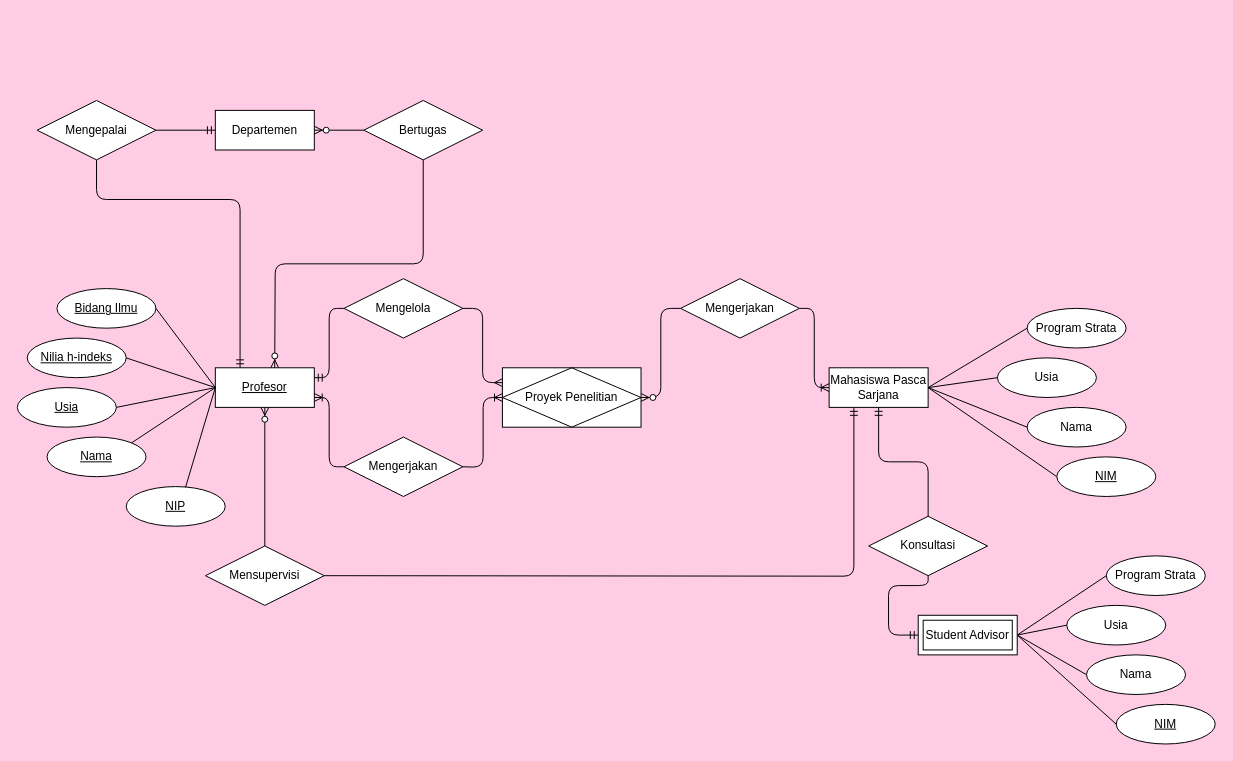
Above: diagram ERD.drawio in oktvindh/Tugas (draw.io), before the change. Source tidied: cells renumbered, new cells numbered last; positions are measured from the earlier drawing's top-left corner, leaving out a move shared by most shapes. Both pictures are drawn from the tidied source at 99%, with x=0, y=0 at pixel (17, 100).
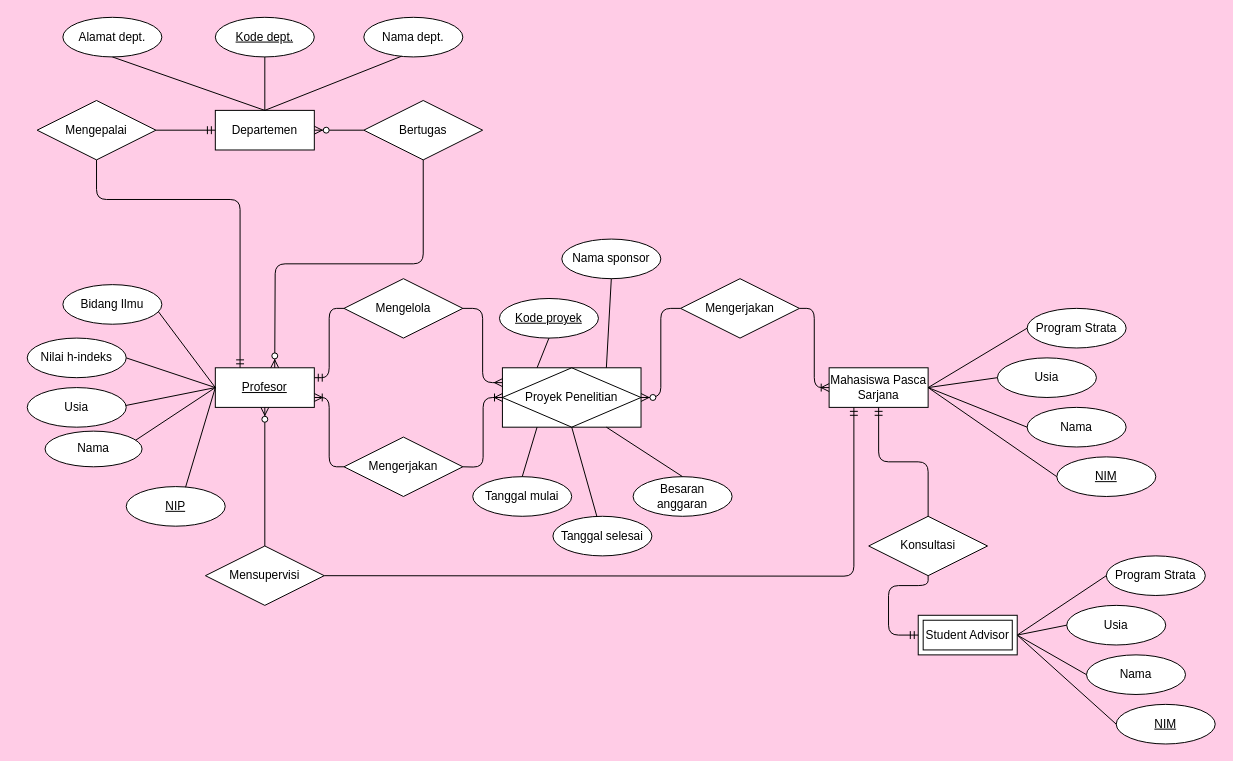
Above is the later version.

Unchanged cells that the change refers to:
```xml
<mxCell id="11" value="Proyek Penelitian" style="shape=associativeEntity;whiteSpace=wrap;html=1;align=center;" parent="1" vertex="1">
  <mxGeometry x="490" y="270" width="140" height="60" as="geometry" />
</mxCell>
<mxCell id="12" value="Departemen" style="whiteSpace=wrap;html=1;align=center;" parent="1" vertex="1">
  <mxGeometry x="200" y="10" width="100" height="40" as="geometry" />
</mxCell>
<mxCell id="23" value="Profesor" style="whiteSpace=wrap;html=1;align=center;fontStyle=4;" parent="22" vertex="1">
  <mxGeometry x="200" y="80" width="100" height="40" as="geometry" />
</mxCell>
```

What changed in the source:
```diff
@@
-    <mxCell id="22" style="group;fontStyle=4;" parent="1" vertex="1">
+    <mxCell id="22" style="group;fontStyle=0;" parent="1" vertex="1">
       <mxGeometry y="190" width="300" height="240" as="geometry" />
     </mxCell>
@@
-    <mxCell id="24" value="Nama" style="ellipse;whiteSpace=wrap;html=1;align=center;fontStyle=4;" parent="22" vertex="1">
-      <mxGeometry x="30" y="150" width="100" height="40" as="geometry" />
-    </mxCell>
-    <mxCell id="25" value="Usia" style="ellipse;whiteSpace=wrap;html=1;align=center;fontStyle=4;" parent="22" vertex="1">
-      <mxGeometry y="100" width="100" height="40" as="geometry" />
-    </mxCell>
-    <mxCell id="26" value="Nilia h-indeks" style="ellipse;whiteSpace=wrap;html=1;align=center;fontStyle=4;" parent="22" vertex="1">
-      <mxGeometry x="10" y="50" width="100" height="40" as="geometry" />
-    </mxCell>
-    <mxCell id="27" value="Bidang Ilmu" style="ellipse;whiteSpace=wrap;html=1;align=center;fontStyle=4;" parent="22" vertex="1">
-      <mxGeometry x="40" width="100" height="40" as="geometry" />
-    </mxCell>
@@
-    <mxCell id="30" style="endArrow=none;html=1;exitX=1;exitY=0;exitDx=0;exitDy=0;fontStyle=4;" parent="22" edge="1" source="24">
+    <mxCell id="30" style="endArrow=none;html=1;exitX=1;exitY=0;exitDx=0;exitDy=0;fontStyle=4;" parent="22" edge="1">
       <mxGeometry relative="1" as="geometry">
+        <mxPoint x="115.4" y="155.9" as="sourcePoint" />
         <mxPoint x="200" y="100" as="targetPoint" />
       </mxGeometry>
     </mxCell>
-    <mxCell id="31" style="endArrow=none;html=1;entryX=0;entryY=0.5;entryDx=0;entryDy=0;exitX=1;exitY=0.5;exitDx=0;exitDy=0;fontStyle=4;" parent="22" edge="1" source="25" target="23">
-      <mxGeometry relative="1" as="geometry" />
+    <mxCell id="31" style="endArrow=none;html=1;entryX=0;entryY=0.5;entryDx=0;entryDy=0;exitX=1;exitY=0.5;exitDx=0;exitDy=0;fontStyle=4;" parent="22" edge="1" target="23">
+      <mxGeometry relative="1" as="geometry">
+        <mxPoint x="100" y="120" as="sourcePoint" />
+      </mxGeometry>
     </mxCell>
-    <mxCell id="32" style="endArrow=none;html=1;exitX=1;exitY=0.5;exitDx=0;exitDy=0;entryX=0;entryY=0.5;entryDx=0;entryDy=0;fontStyle=4;" parent="22" edge="1" source="26" target="23">
-      <mxGeometry relative="1" as="geometry" />
+    <mxCell id="32" style="endArrow=none;html=1;exitX=1;exitY=0.5;exitDx=0;exitDy=0;entryX=0;entryY=0.5;entryDx=0;entryDy=0;fontStyle=4;" parent="22" edge="1" target="23">
+      <mxGeometry relative="1" as="geometry">
+        <mxPoint x="110" y="70" as="sourcePoint" />
+      </mxGeometry>
     </mxCell>
-    <mxCell id="33" style="endArrow=none;html=1;entryX=0;entryY=0.5;entryDx=0;entryDy=0;exitX=1;exitY=0.5;exitDx=0;exitDy=0;fontStyle=4;" parent="22" edge="1" source="27" target="23">
-      <mxGeometry relative="1" as="geometry" />
+    <mxCell id="33" style="endArrow=none;html=1;entryX=0;entryY=0.5;entryDx=0;entryDy=0;exitX=1;exitY=0.5;exitDx=0;exitDy=0;fontStyle=4;" parent="22" edge="1" target="23">
+      <mxGeometry relative="1" as="geometry">
+        <mxPoint x="140" y="20" as="sourcePoint" />
+      </mxGeometry>
     </mxCell>
+    <mxCell id="24" value="Nama" style="ellipse;whiteSpace=wrap;html=1;align=center;" parent="22" vertex="1">
+      <mxGeometry x="28" y="144" width="98" height="36" as="geometry" />
+    </mxCell>
+    <mxCell id="25" value="Usia" style="ellipse;whiteSpace=wrap;html=1;align=center;" parent="22" vertex="1">
+      <mxGeometry x="10" y="100" width="100" height="40" as="geometry" />
+    </mxCell>
+    <mxCell id="55" value="Nilai h-indeks" style="ellipse;whiteSpace=wrap;html=1;align=center;" parent="22" vertex="1">
+      <mxGeometry x="10" y="50" width="100" height="40" as="geometry" />
+    </mxCell>
+    <mxCell id="27" value="Bidang Ilmu" style="ellipse;whiteSpace=wrap;html=1;align=center;" parent="22" vertex="1">
+      <mxGeometry x="46" y="-4" width="100" height="40" as="geometry" />
+    </mxCell>
@@
+    <mxCell id="56" value="Kode dept." style="ellipse;whiteSpace=wrap;html=1;align=center;fontStyle=4;" parent="1" vertex="1">
+      <mxGeometry x="200" y="-84" width="100" height="40" as="geometry" />
+    </mxCell>
+    <mxCell id="57" value="Kode proyek" style="ellipse;whiteSpace=wrap;html=1;align=center;fontStyle=4;" parent="1" vertex="1">
+      <mxGeometry x="487" y="200" width="100" height="40" as="geometry" />
+    </mxCell>
+    <mxCell id="58" value="Nama dept." style="ellipse;whiteSpace=wrap;html=1;align=center;" parent="1" vertex="1">
+      <mxGeometry x="350" y="-84" width="100" height="40" as="geometry" />
+    </mxCell>
+    <mxCell id="59" value="Alamat dept." style="ellipse;whiteSpace=wrap;html=1;align=center;" parent="1" vertex="1">
+      <mxGeometry x="46" y="-84" width="100" height="40" as="geometry" />
+    </mxCell>
+    <mxCell id="60" style="endArrow=none;html=1;exitX=0.5;exitY=0;exitDx=0;exitDy=0;" parent="1" edge="1" source="12" target="56">
+      <mxGeometry relative="1" as="geometry" />
+    </mxCell>
+    <mxCell id="61" style="endArrow=none;html=1;entryX=0.38;entryY=0.983;entryDx=0;entryDy=0;entryPerimeter=0;exitX=0.5;exitY=0;exitDx=0;exitDy=0;" parent="1" edge="1" source="12" target="58">
+      <mxGeometry relative="1" as="geometry" />
+    </mxCell>
+    <mxCell id="62" style="endArrow=none;html=1;exitX=0.5;exitY=0;exitDx=0;exitDy=0;entryX=0.5;entryY=1;entryDx=0;entryDy=0;" parent="1" edge="1" source="12" target="59">
+      <mxGeometry relative="1" as="geometry" />
+    </mxCell>
+    <mxCell id="63" value="Nama sponsor" style="ellipse;whiteSpace=wrap;html=1;align=center;" parent="1" vertex="1">
+      <mxGeometry x="550" y="140" width="100" height="40" as="geometry" />
+    </mxCell>
+    <mxCell id="64" value="Tanggal mulai" style="ellipse;whiteSpace=wrap;html=1;align=center;" parent="1" vertex="1">
+      <mxGeometry x="460" y="380" width="100" height="40" as="geometry" />
+    </mxCell>
+    <mxCell id="65" value="Tanggal selesai" style="ellipse;whiteSpace=wrap;html=1;align=center;" parent="1" vertex="1">
+      <mxGeometry x="541" y="420" width="100" height="40" as="geometry" />
+    </mxCell>
+    <mxCell id="66" value="Besaran anggaran" style="ellipse;whiteSpace=wrap;html=1;align=center;" parent="1" vertex="1">
+      <mxGeometry x="622" y="380" width="100" height="40" as="geometry" />
+    </mxCell>
+    <mxCell id="67" style="endArrow=none;html=1;entryX=0.5;entryY=1;entryDx=0;entryDy=0;exitX=0.25;exitY=0;exitDx=0;exitDy=0;" parent="1" edge="1" source="11" target="57">
+      <mxGeometry relative="1" as="geometry" />
+    </mxCell>
+    <mxCell id="68" style="endArrow=none;html=1;entryX=0.5;entryY=1;entryDx=0;entryDy=0;exitX=0.75;exitY=0;exitDx=0;exitDy=0;" parent="1" edge="1" source="11" target="63">
+      <mxGeometry relative="1" as="geometry" />
+    </mxCell>
+    <mxCell id="69" style="endArrow=none;html=1;exitX=0.5;exitY=0;exitDx=0;exitDy=0;entryX=0.25;entryY=1;entryDx=0;entryDy=0;" parent="1" edge="1" source="64" target="11">
+      <mxGeometry relative="1" as="geometry" />
+    </mxCell>
+    <mxCell id="70" style="endArrow=none;html=1;entryX=0.5;entryY=1;entryDx=0;entryDy=0;" parent="1" edge="1" source="65" target="11">
+      <mxGeometry relative="1" as="geometry" />
+    </mxCell>
+    <mxCell id="71" style="endArrow=none;html=1;entryX=0.75;entryY=1;entryDx=0;entryDy=0;exitX=0.5;exitY=0;exitDx=0;exitDy=0;" parent="1" edge="1" source="66" target="11">
+      <mxGeometry relative="1" as="geometry" />
+    </mxCell>
```
